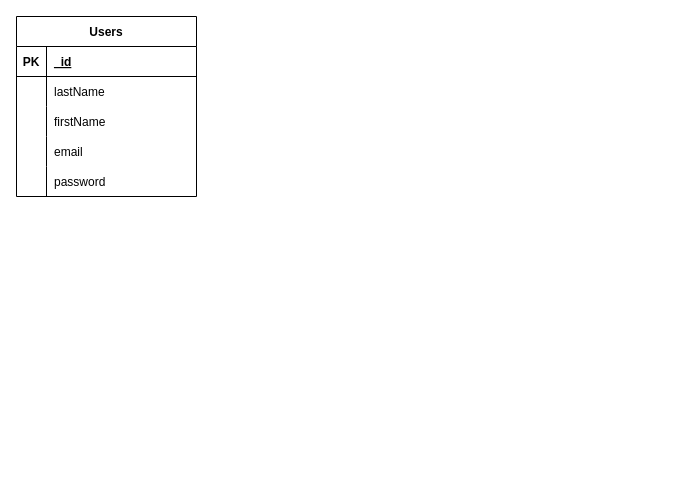
Earlier version of the draw.io diagram scheme.drawio (baptistegeorget/supwarden). Source tidied: cells renumbered, new cells numbered last; positions are measured from the earlier drawing's top-left corner, leaving out a move shared by most shapes. Both pictures are drawn from the tidied source at 100%, with x=0, y=0 at pixel (16, 16).
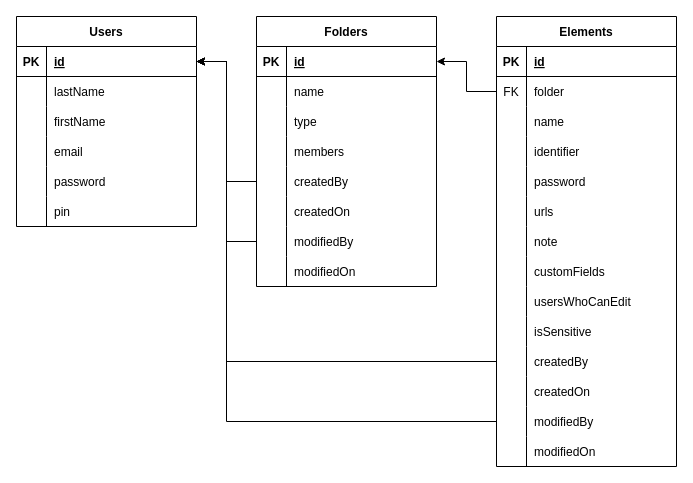
After the change.

Commit message (it also covers changes not shown here):
Update sign in and sign out and scheme

Unchanged cells that the change refers to:
```xml
<mxCell id="3" style="shape=tableRow;horizontal=0;startSize=0;swimlaneHead=0;swimlaneBody=0;fillColor=none;points=[[0,0.5],[1,0.5]];portConstraint=eastwest;top=0;left=0;right=0;bottom=1;" parent="2" vertex="1">
  <mxGeometry y="30" width="180" height="30" as="geometry" />
</mxCell>
```

The edit, as a diff of the source:
```diff
@@
     <mxCell id="2" value="Users" style="shape=table;startSize=30;childLayout=tableLayout;rowLines=0;fontStyle=1;align=center;" parent="1" vertex="1">
-      <mxGeometry width="180" height="180" as="geometry" />
+      <mxGeometry width="180" height="210" as="geometry" />
     </mxCell>
@@
-    <mxCell id="5" value="_id" style="shape=partialRectangle;fillColor=none;top=0;left=0;bottom=0;right=0;align=left;spacingLeft=6;fontStyle=5;overflow=hidden;" parent="3" vertex="1">
+    <mxCell id="5" value="id" style="shape=partialRectangle;fillColor=none;top=0;left=0;bottom=0;right=0;align=left;spacingLeft=6;fontStyle=5;overflow=hidden;" parent="3" vertex="1">
       <mxGeometry x="30" width="150" height="30" as="geometry" />
     </mxCell>
@@
+    <mxCell id="18" style="shape=tableRow;horizontal=0;startSize=0;swimlaneHead=0;swimlaneBody=0;fillColor=none;top=0;left=0;right=0;bottom=0;" parent="2" vertex="1">
+      <mxGeometry y="180" width="180" height="30" as="geometry" />
+    </mxCell>
+    <mxCell id="19" style="shape=partialRectangle;fillColor=none;top=0;left=0;bottom=0;right=0;overflow=hidden;" parent="18" vertex="1">
+      <mxGeometry width="30" height="30" as="geometry" />
+    </mxCell>
+    <mxCell id="20" value="pin" style="shape=partialRectangle;fillColor=none;top=0;left=0;bottom=0;right=0;align=left;spacingLeft=6;overflow=hidden;" parent="18" vertex="1">
+      <mxGeometry x="30" width="150" height="30" as="geometry" />
+    </mxCell>
+    <mxCell id="21" value="Folders" style="shape=table;startSize=30;childLayout=tableLayout;rowLines=0;fontStyle=1;align=center;" parent="1" vertex="1">
+      <mxGeometry x="240" width="180" height="270" as="geometry" />
+    </mxCell>
+    <mxCell id="22" style="shape=tableRow;horizontal=0;startSize=0;swimlaneHead=0;swimlaneBody=0;fillColor=none;points=[[0,0.5],[1,0.5]];portConstraint=eastwest;top=0;left=0;right=0;bottom=1;" parent="21" vertex="1">
+      <mxGeometry y="30" width="180" height="30" as="geometry" />
+    </mxCell>
+    <mxCell id="23" value="PK" style="shape=partialRectangle;fillColor=none;top=0;left=0;bottom=0;right=0;fontStyle=1;overflow=hidden;" parent="22" vertex="1">
+      <mxGeometry width="30" height="30" as="geometry" />
+    </mxCell>
+    <mxCell id="24" value="id" style="shape=partialRectangle;fillColor=none;top=0;left=0;bottom=0;right=0;align=left;spacingLeft=6;fontStyle=5;overflow=hidden;" parent="22" vertex="1">
+      <mxGeometry x="30" width="150" height="30" as="geometry" />
+    </mxCell>
+    <mxCell id="25" style="shape=tableRow;horizontal=0;startSize=0;swimlaneHead=0;swimlaneBody=0;fillColor=none;top=0;left=0;right=0;bottom=0;" parent="21" vertex="1">
+      <mxGeometry y="60" width="180" height="30" as="geometry" />
+    </mxCell>
+    <mxCell id="26" style="shape=partialRectangle;fillColor=none;top=0;left=0;bottom=0;right=0;overflow=hidden;" parent="25" vertex="1">
+      <mxGeometry width="30" height="30" as="geometry" />
+    </mxCell>
+    <mxCell id="27" value="name" style="shape=partialRectangle;fillColor=none;top=0;left=0;bottom=0;right=0;align=left;spacingLeft=6;overflow=hidden;" parent="25" vertex="1">
+      <mxGeometry x="30" width="150" height="30" as="geometry" />
+    </mxCell>
+    <mxCell id="28" style="shape=tableRow;horizontal=0;startSize=0;swimlaneHead=0;swimlaneBody=0;fillColor=none;top=0;left=0;right=0;bottom=0;" parent="21" vertex="1">
+      <mxGeometry y="90" width="180" height="30" as="geometry" />
+    </mxCell>
+    <mxCell id="29" style="shape=partialRectangle;fillColor=none;top=0;left=0;bottom=0;right=0;overflow=hidden;" parent="28" vertex="1">
+      <mxGeometry width="30" height="30" as="geometry" />
+    </mxCell>
+    <mxCell id="30" value="type" style="shape=partialRectangle;fillColor=none;top=0;left=0;bottom=0;right=0;align=left;spacingLeft=6;overflow=hidden;" parent="28" vertex="1">
+      <mxGeometry x="30" width="150" height="30" as="geometry" />
+    </mxCell>
+    <mxCell id="31" style="shape=tableRow;horizontal=0;startSize=0;swimlaneHead=0;swimlaneBody=0;fillColor=none;top=0;left=0;right=0;bottom=0;" parent="21" vertex="1">
+      <mxGeometry y="120" width="180" height="30" as="geometry" />
+    </mxCell>
+    <mxCell id="32" style="shape=partialRectangle;fillColor=none;top=0;left=0;bottom=0;right=0;overflow=hidden;" parent="31" vertex="1">
+      <mxGeometry width="30" height="30" as="geometry" />
+    </mxCell>
+    <mxCell id="33" value="members" style="shape=partialRectangle;fillColor=none;top=0;left=0;bottom=0;right=0;align=left;spacingLeft=6;overflow=hidden;" parent="31" vertex="1">
+      <mxGeometry x="30" width="150" height="30" as="geometry" />
+    </mxCell>
+    <mxCell id="34" style="shape=tableRow;horizontal=0;startSize=0;swimlaneHead=0;swimlaneBody=0;fillColor=none;points=[[0,0.5],[1,0.5]];portConstraint=eastwest;top=0;left=0;right=0;bottom=0;" parent="21" vertex="1">
+      <mxGeometry y="150" width="180" height="30" as="geometry" />
+    </mxCell>
+    <mxCell id="35" style="shape=partialRectangle;fillColor=none;top=0;left=0;bottom=0;right=0;overflow=hidden;" parent="34" vertex="1">
+      <mxGeometry width="30" height="30" as="geometry" />
+    </mxCell>
+    <mxCell id="36" value="createdBy" style="shape=partialRectangle;fillColor=none;top=0;left=0;bottom=0;right=0;align=left;spacingLeft=6;overflow=hidden;" parent="34" vertex="1">
+      <mxGeometry x="30" width="150" height="30" as="geometry" />
+    </mxCell>
+    <mxCell id="37" style="shape=tableRow;horizontal=0;startSize=0;swimlaneHead=0;swimlaneBody=0;fillColor=none;top=0;left=0;right=0;bottom=0;" parent="21" vertex="1">
+      <mxGeometry y="180" width="180" height="30" as="geometry" />
+    </mxCell>
+    <mxCell id="38" style="shape=partialRectangle;fillColor=none;top=0;left=0;bottom=0;right=0;overflow=hidden;" parent="37" vertex="1">
+      <mxGeometry width="30" height="30" as="geometry" />
+    </mxCell>
+    <mxCell id="39" value="createdOn" style="shape=partialRectangle;fillColor=none;top=0;left=0;bottom=0;right=0;align=left;spacingLeft=6;overflow=hidden;" parent="37" vertex="1">
+      <mxGeometry x="30" width="150" height="30" as="geometry" />
+    </mxCell>
+    <mxCell id="40" style="shape=tableRow;horizontal=0;startSize=0;swimlaneHead=0;swimlaneBody=0;fillColor=none;points=[[0,0.5],[1,0.5]];portConstraint=eastwest;top=0;left=0;right=0;bottom=0;" parent="21" vertex="1">
+      <mxGeometry y="210" width="180" height="30" as="geometry" />
+    </mxCell>
+    <mxCell id="41" style="shape=partialRectangle;fillColor=none;top=0;left=0;bottom=0;right=0;overflow=hidden;" parent="40" vertex="1">
+      <mxGeometry width="30" height="30" as="geometry" />
+    </mxCell>
+    <mxCell id="42" value="modifiedBy" style="shape=partialRectangle;fillColor=none;top=0;left=0;bottom=0;right=0;align=left;spacingLeft=6;overflow=hidden;" parent="40" vertex="1">
+      <mxGeometry x="30" width="150" height="30" as="geometry" />
+    </mxCell>
+    <mxCell id="43" style="shape=tableRow;horizontal=0;startSize=0;swimlaneHead=0;swimlaneBody=0;fillColor=none;top=0;left=0;right=0;bottom=0;" parent="21" vertex="1">
+      <mxGeometry y="240" width="180" height="30" as="geometry" />
+    </mxCell>
+    <mxCell id="44" style="shape=partialRectangle;fillColor=none;top=0;left=0;bottom=0;right=0;overflow=hidden;" parent="43" vertex="1">
+      <mxGeometry width="30" height="30" as="geometry" />
+    </mxCell>
+    <mxCell id="45" value="modifiedOn" style="shape=partialRectangle;fillColor=none;top=0;left=0;bottom=0;right=0;align=left;spacingLeft=6;overflow=hidden;" parent="43" vertex="1">
+      <mxGeometry x="30" width="150" height="30" as="geometry" />
+    </mxCell>
+    <mxCell id="46" value="Elements" style="shape=table;startSize=30;childLayout=tableLayout;rowLines=0;fontStyle=1;align=center;" parent="1" vertex="1">
+      <mxGeometry x="480" width="180" height="450" as="geometry" />
+    </mxCell>
+    <mxCell id="47" style="shape=tableRow;horizontal=0;startSize=0;swimlaneHead=0;swimlaneBody=0;fillColor=none;top=0;left=0;right=0;bottom=1;" parent="46" vertex="1">
+      <mxGeometry y="30" width="180" height="30" as="geometry" />
+    </mxCell>
+    <mxCell id="48" value="PK" style="shape=partialRectangle;fillColor=none;top=0;left=0;bottom=0;right=0;fontStyle=1;overflow=hidden;" parent="47" vertex="1">
+      <mxGeometry width="30" height="30" as="geometry" />
+    </mxCell>
+    <mxCell id="49" value="id" style="shape=partialRectangle;fillColor=none;top=0;left=0;bottom=0;right=0;align=left;spacingLeft=6;fontStyle=5;overflow=hidden;" parent="47" vertex="1">
+      <mxGeometry x="30" width="150" height="30" as="geometry" />
+    </mxCell>
+    <mxCell id="50" style="shape=tableRow;horizontal=0;startSize=0;swimlaneHead=0;swimlaneBody=0;fillColor=none;points=[[0,0.5],[1,0.5]];portConstraint=eastwest;top=0;left=0;right=0;bottom=0;" parent="46" vertex="1">
+      <mxGeometry y="60" width="180" height="30" as="geometry" />
+    </mxCell>
+    <mxCell id="51" value="FK" style="shape=partialRectangle;fillColor=none;top=0;left=0;bottom=0;right=0;overflow=hidden;" parent="50" vertex="1">
+      <mxGeometry width="30" height="30" as="geometry" />
+    </mxCell>
+    <mxCell id="52" value="folder" style="shape=partialRectangle;fillColor=none;top=0;left=0;bottom=0;right=0;align=left;spacingLeft=6;overflow=hidden;" parent="50" vertex="1">
+      <mxGeometry x="30" width="150" height="30" as="geometry" />
+    </mxCell>
+    <mxCell id="53" style="shape=tableRow;horizontal=0;startSize=0;swimlaneHead=0;swimlaneBody=0;fillColor=none;top=0;left=0;right=0;bottom=0;" parent="46" vertex="1">
+      <mxGeometry y="90" width="180" height="30" as="geometry" />
+    </mxCell>
+    <mxCell id="54" style="shape=partialRectangle;fillColor=none;top=0;left=0;bottom=0;right=0;overflow=hidden;" parent="53" vertex="1">
+      <mxGeometry width="30" height="30" as="geometry" />
+    </mxCell>
+    <mxCell id="55" value="name" style="shape=partialRectangle;fillColor=none;top=0;left=0;bottom=0;right=0;align=left;spacingLeft=6;overflow=hidden;" parent="53" vertex="1">
+      <mxGeometry x="30" width="150" height="30" as="geometry" />
+    </mxCell>
+    <mxCell id="56" style="shape=tableRow;horizontal=0;startSize=0;swimlaneHead=0;swimlaneBody=0;fillColor=none;top=0;left=0;right=0;bottom=0;" parent="46" vertex="1">
+      <mxGeometry y="120" width="180" height="30" as="geometry" />
+    </mxCell>
+    <mxCell id="57" style="shape=partialRectangle;fillColor=none;top=0;left=0;bottom=0;right=0;overflow=hidden;" parent="56" vertex="1">
+      <mxGeometry width="30" height="30" as="geometry" />
+    </mxCell>
+    <mxCell id="58" value="identifier" style="shape=partialRectangle;fillColor=none;top=0;left=0;bottom=0;right=0;align=left;spacingLeft=6;overflow=hidden;" parent="56" vertex="1">
+      <mxGeometry x="30" width="150" height="30" as="geometry" />
+    </mxCell>
+    <mxCell id="59" style="shape=tableRow;horizontal=0;startSize=0;swimlaneHead=0;swimlaneBody=0;fillColor=none;top=0;left=0;right=0;bottom=0;" parent="46" vertex="1">
+      <mxGeometry y="150" width="180" height="30" as="geometry" />
+    </mxCell>
+    <mxCell id="60" style="shape=partialRectangle;fillColor=none;top=0;left=0;bottom=0;right=0;overflow=hidden;" parent="59" vertex="1">
+      <mxGeometry width="30" height="30" as="geometry" />
+    </mxCell>
+    <mxCell id="61" value="password" style="shape=partialRectangle;fillColor=none;top=0;left=0;bottom=0;right=0;align=left;spacingLeft=6;overflow=hidden;" parent="59" vertex="1">
+      <mxGeometry x="30" width="150" height="30" as="geometry" />
+    </mxCell>
+    <mxCell id="62" style="shape=tableRow;horizontal=0;startSize=0;swimlaneHead=0;swimlaneBody=0;fillColor=none;top=0;left=0;right=0;bottom=0;" parent="46" vertex="1">
+      <mxGeometry y="180" width="180" height="30" as="geometry" />
+    </mxCell>
+    <mxCell id="63" style="shape=partialRectangle;fillColor=none;top=0;left=0;bottom=0;right=0;overflow=hidden;" parent="62" vertex="1">
+      <mxGeometry width="30" height="30" as="geometry" />
+    </mxCell>
+    <mxCell id="64" value="urls" style="shape=partialRectangle;fillColor=none;top=0;left=0;bottom=0;right=0;align=left;spacingLeft=6;overflow=hidden;" parent="62" vertex="1">
+      <mxGeometry x="30" width="150" height="30" as="geometry" />
+    </mxCell>
+    <mxCell id="65" style="shape=tableRow;horizontal=0;startSize=0;swimlaneHead=0;swimlaneBody=0;fillColor=none;top=0;left=0;right=0;bottom=0;" parent="46" vertex="1">
+      <mxGeometry y="210" width="180" height="30" as="geometry" />
+    </mxCell>
+    <mxCell id="66" style="shape=partialRectangle;fillColor=none;top=0;left=0;bottom=0;right=0;overflow=hidden;" parent="65" vertex="1">
+      <mxGeometry width="30" height="30" as="geometry" />
+    </mxCell>
+    <mxCell id="67" value="note" style="shape=partialRectangle;fillColor=none;top=0;left=0;bottom=0;right=0;align=left;spacingLeft=6;overflow=hidden;" parent="65" vertex="1">
+      <mxGeometry x="30" width="150" height="30" as="geometry" />
+    </mxCell>
+    <mxCell id="68" style="shape=tableRow;horizontal=0;startSize=0;swimlaneHead=0;swimlaneBody=0;fillColor=none;top=0;left=0;right=0;bottom=0;" parent="46" vertex="1">
+      <mxGeometry y="240" width="180" height="30" as="geometry" />
+    </mxCell>
+    <mxCell id="69" style="shape=partialRectangle;fillColor=none;top=0;left=0;bottom=0;right=0;overflow=hidden;" parent="68" vertex="1">
+      <mxGeometry width="30" height="30" as="geometry" />
+    </mxCell>
+    <mxCell id="70" value="customFields" style="shape=partialRectangle;fillColor=none;top=0;left=0;bottom=0;right=0;align=left;spacingLeft=6;overflow=hidden;" parent="68" vertex="1">
+      <mxGeometry x="30" width="150" height="30" as="geometry" />
+    </mxCell>
+    <mxCell id="71" style="shape=tableRow;horizontal=0;startSize=0;swimlaneHead=0;swimlaneBody=0;fillColor=none;top=0;left=0;right=0;bottom=0;" parent="46" vertex="1">
+      <mxGeometry y="270" width="180" height="30" as="geometry" />
+    </mxCell>
+    <mxCell id="72" style="shape=partialRectangle;fillColor=none;top=0;left=0;bottom=0;right=0;overflow=hidden;" parent="71" vertex="1">
+      <mxGeometry width="30" height="30" as="geometry" />
+    </mxCell>
+    <mxCell id="73" value="usersWhoCanEdit" style="shape=partialRectangle;fillColor=none;top=0;left=0;bottom=0;right=0;align=left;spacingLeft=6;overflow=hidden;" parent="71" vertex="1">
+      <mxGeometry x="30" width="150" height="30" as="geometry" />
+    </mxCell>
+    <mxCell id="74" style="shape=tableRow;horizontal=0;startSize=0;swimlaneHead=0;swimlaneBody=0;fillColor=none;top=0;left=0;right=0;bottom=0;" parent="46" vertex="1">
+      <mxGeometry y="300" width="180" height="30" as="geometry" />
+    </mxCell>
+    <mxCell id="75" style="shape=partialRectangle;fillColor=none;top=0;left=0;bottom=0;right=0;overflow=hidden;" parent="74" vertex="1">
+      <mxGeometry width="30" height="30" as="geometry" />
+    </mxCell>
+    <mxCell id="76" value="isSensitive" style="shape=partialRectangle;fillColor=none;top=0;left=0;bottom=0;right=0;align=left;spacingLeft=6;overflow=hidden;" parent="74" vertex="1">
+      <mxGeometry x="30" width="150" height="30" as="geometry" />
+    </mxCell>
+    <mxCell id="77" style="shape=tableRow;horizontal=0;startSize=0;swimlaneHead=0;swimlaneBody=0;fillColor=none;points=[[0,0.5],[1,0.5]];portConstraint=eastwest;top=0;left=0;right=0;bottom=0;" parent="46" vertex="1">
+      <mxGeometry y="330" width="180" height="30" as="geometry" />
+    </mxCell>
+    <mxCell id="78" style="shape=partialRectangle;fillColor=none;top=0;left=0;bottom=0;right=0;overflow=hidden;" parent="77" vertex="1">
+      <mxGeometry width="30" height="30" as="geometry" />
+    </mxCell>
+    <mxCell id="79" value="createdBy" style="shape=partialRectangle;fillColor=none;top=0;left=0;bottom=0;right=0;align=left;spacingLeft=6;overflow=hidden;" parent="77" vertex="1">
+      <mxGeometry x="30" width="150" height="30" as="geometry" />
+    </mxCell>
+    <mxCell id="80" style="shape=tableRow;horizontal=0;startSize=0;swimlaneHead=0;swimlaneBody=0;fillColor=none;top=0;left=0;right=0;bottom=0;" parent="46" vertex="1">
+      <mxGeometry y="360" width="180" height="30" as="geometry" />
+    </mxCell>
+    <mxCell id="81" style="shape=partialRectangle;fillColor=none;top=0;left=0;bottom=0;right=0;overflow=hidden;" parent="80" vertex="1">
+      <mxGeometry width="30" height="30" as="geometry" />
+    </mxCell>
+    <mxCell id="82" value="createdOn" style="shape=partialRectangle;fillColor=none;top=0;left=0;bottom=0;right=0;align=left;spacingLeft=6;overflow=hidden;" parent="80" vertex="1">
+      <mxGeometry x="30" width="150" height="30" as="geometry" />
+    </mxCell>
+    <mxCell id="83" style="shape=tableRow;horizontal=0;startSize=0;swimlaneHead=0;swimlaneBody=0;fillColor=none;points=[[0,0.5],[1,0.5]];portConstraint=eastwest;top=0;left=0;right=0;bottom=0;" parent="46" vertex="1">
+      <mxGeometry y="390" width="180" height="30" as="geometry" />
+    </mxCell>
+    <mxCell id="84" style="shape=partialRectangle;fillColor=none;top=0;left=0;bottom=0;right=0;overflow=hidden;" parent="83" vertex="1">
+      <mxGeometry width="30" height="30" as="geometry" />
+    </mxCell>
+    <mxCell id="85" value="modifiedBy" style="shape=partialRectangle;fillColor=none;top=0;left=0;bottom=0;right=0;align=left;spacingLeft=6;overflow=hidden;" parent="83" vertex="1">
+      <mxGeometry x="30" width="150" height="30" as="geometry" />
+    </mxCell>
+    <mxCell id="86" style="shape=tableRow;horizontal=0;startSize=0;swimlaneHead=0;swimlaneBody=0;fillColor=none;top=0;left=0;right=0;bottom=0;" parent="46" vertex="1">
+      <mxGeometry y="420" width="180" height="30" as="geometry" />
+    </mxCell>
+    <mxCell id="87" style="shape=partialRectangle;fillColor=none;top=0;left=0;bottom=0;right=0;overflow=hidden;" parent="86" vertex="1">
+      <mxGeometry width="30" height="30" as="geometry" />
+    </mxCell>
+    <mxCell id="88" value="modifiedOn" style="shape=partialRectangle;fillColor=none;top=0;left=0;bottom=0;right=0;align=left;spacingLeft=6;overflow=hidden;" parent="86" vertex="1">
+      <mxGeometry x="30" width="150" height="30" as="geometry" />
+    </mxCell>
+    <mxCell id="89" style="edgeStyle=orthogonalEdgeStyle;shape=connector;rounded=0;html=1;labelBackgroundColor=default;strokeColor=default;fontFamily=Helvetica;fontSize=11;fontColor=default;endArrow=classic;elbow=vertical;" parent="1" edge="1" source="50" target="22">
+      <mxGeometry relative="1" as="geometry" />
+    </mxCell>
+    <mxCell id="90" style="edgeStyle=orthogonalEdgeStyle;shape=connector;rounded=0;html=1;labelBackgroundColor=default;strokeColor=default;fontFamily=Helvetica;fontSize=11;fontColor=default;endArrow=classic;elbow=vertical;" parent="1" edge="1" source="34" target="3">
+      <mxGeometry relative="1" as="geometry" />
+    </mxCell>
+    <mxCell id="91" style="edgeStyle=orthogonalEdgeStyle;shape=connector;rounded=0;html=1;labelBackgroundColor=default;strokeColor=default;fontFamily=Helvetica;fontSize=11;fontColor=default;endArrow=classic;elbow=vertical;" parent="1" edge="1" source="40" target="3">
+      <mxGeometry relative="1" as="geometry" />
+    </mxCell>
+    <mxCell id="92" style="edgeStyle=orthogonalEdgeStyle;shape=connector;rounded=0;html=1;labelBackgroundColor=default;strokeColor=default;fontFamily=Helvetica;fontSize=11;fontColor=default;endArrow=classic;elbow=vertical;" parent="1" edge="1" source="77" target="3">
+      <mxGeometry relative="1" as="geometry">
+        <Array as="points">
+          <mxPoint x="210" y="345" />
+          <mxPoint x="210" y="45" />
+        </Array>
+      </mxGeometry>
+    </mxCell>
+    <mxCell id="93" style="edgeStyle=orthogonalEdgeStyle;shape=connector;rounded=0;html=1;labelBackgroundColor=default;strokeColor=default;fontFamily=Helvetica;fontSize=11;fontColor=default;endArrow=classic;elbow=vertical;" parent="1" edge="1" source="83" target="3">
+      <mxGeometry relative="1" as="geometry">
+        <Array as="points">
+          <mxPoint x="210" y="405" />
+          <mxPoint x="210" y="45" />
+        </Array>
+      </mxGeometry>
+    </mxCell>
```
